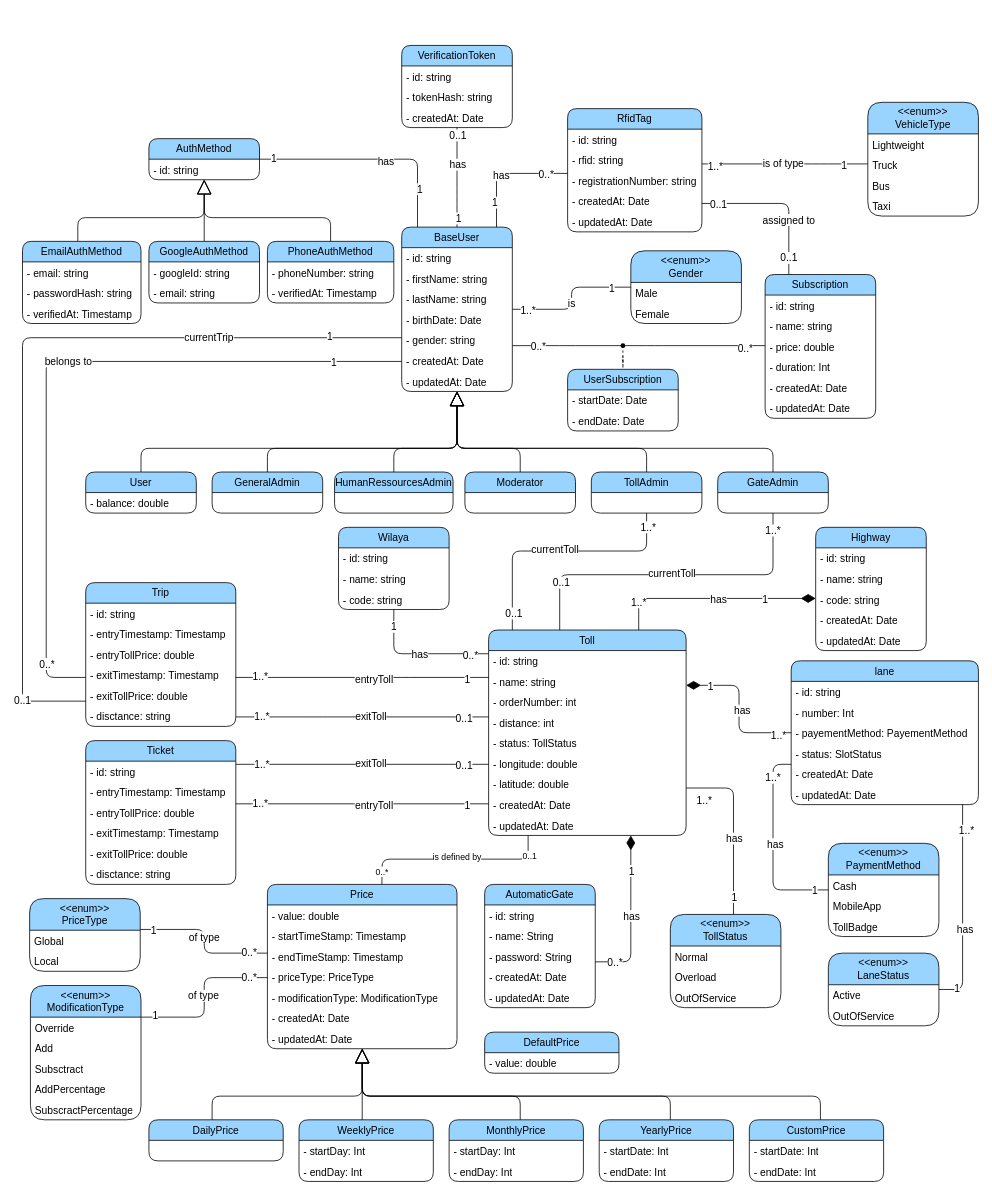
Earlier version of the draw.io diagram diagrams/class-diagram.drawio (devlotfi/peage-pay). Source tidied: cells renumbered, new cells numbered last; positions are measured from the earlier drawing's top-left corner, leaving out a move shared by most shapes. Both pictures are drawn from the tidied source at 79%, with x=0, y=0 at pixel (22, 45).
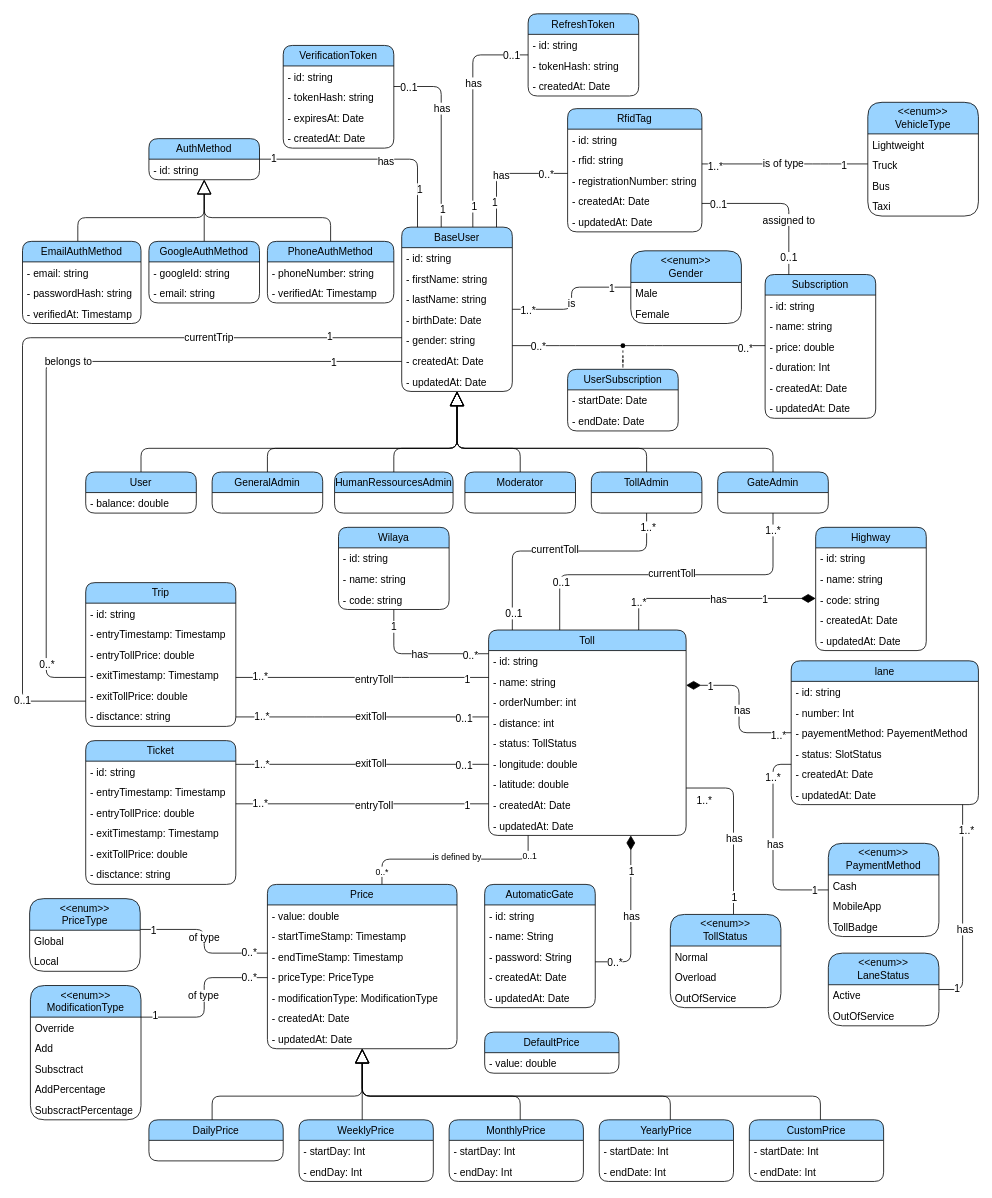
The same diagram, later.

The change refers to these unchanged cells:
```xml
<mxCell id="38" value="BaseUser" style="swimlane;fontStyle=0;horizontal=1;startSize=26;fillColor=#99D3FF;whiteSpace=wrap;html=1;fontFamily=Helvetica;fontSize=13;fontColor=default;fillStyle=auto;rounded=1;glass=0;shadow=0;swimlaneFillColor=none;gradientColor=none;" parent="1" vertex="1">
  <mxGeometry x="480" y="230" width="140" height="208" as="geometry" />
</mxCell>
```

Change to the diagram source:
```diff
@@
     <mxCell id="255" style="edgeStyle=orthogonalEdgeStyle;rounded=1;jettySize=auto;html=1;strokeColor=default;align=center;verticalAlign=middle;fontFamily=Helvetica;fontSize=13;fontColor=default;labelBackgroundColor=default;endArrow=none;endFill=0;endSize=24;" parent="1" edge="1" source="259" target="38">
       <mxGeometry relative="1" as="geometry">
         <Array as="points">
-          <mxPoint x="550" y="190" />
-          <mxPoint x="550" y="190" />
+          <mxPoint x="530" y="52" />
         </Array>
       </mxGeometry>
     </mxCell>
@@
     <mxCell id="259" value="VerificationToken" style="swimlane;fontStyle=0;horizontal=1;startSize=26;fillColor=#99D3FF;whiteSpace=wrap;html=1;fontFamily=Helvetica;fontSize=13;fontColor=default;fillStyle=auto;rounded=1;glass=0;shadow=0;swimlaneFillColor=none;gradientColor=none;" parent="1" vertex="1">
-      <mxGeometry x="480" width="140" height="104" as="geometry" />
+      <mxGeometry x="330" width="140" height="130" as="geometry" />
     </mxCell>
@@
-    <mxCell id="262" value="- createdAt: Date" style="text;strokeColor=none;fillColor=none;align=left;verticalAlign=top;spacingLeft=4;spacingRight=4;overflow=hidden;whiteSpace=wrap;html=1;fontSize=13;fontFamily=Helvetica;fontColor=default;" parent="259" vertex="1">
+    <mxCell id="262" value="- expiresAt: Date" style="text;strokeColor=none;fillColor=none;align=left;verticalAlign=top;spacingLeft=4;spacingRight=4;overflow=hidden;whiteSpace=wrap;html=1;fontSize=13;fontFamily=Helvetica;fontColor=default;" parent="259" vertex="1">
       <mxGeometry y="78" width="140" height="26" as="geometry" />
     </mxCell>
+    <mxCell id="263" value="- createdAt: Date" style="text;strokeColor=none;fillColor=none;align=left;verticalAlign=top;spacingLeft=4;spacingRight=4;overflow=hidden;whiteSpace=wrap;html=1;fontSize=13;fontFamily=Helvetica;fontColor=default;" parent="259" vertex="1">
+      <mxGeometry y="104" width="140" height="26" as="geometry" />
+    </mxCell>
+    <mxCell id="264" value="RefreshToken" style="swimlane;fontStyle=0;horizontal=1;startSize=26;fillColor=#99D3FF;whiteSpace=wrap;html=1;fontFamily=Helvetica;fontSize=13;fontColor=default;fillStyle=auto;rounded=1;glass=0;shadow=0;swimlaneFillColor=none;gradientColor=none;" parent="1" vertex="1">
+      <mxGeometry x="640" y="-40" width="140" height="104" as="geometry" />
+    </mxCell>
+    <mxCell id="265" value="- id: string" style="text;strokeColor=none;fillColor=none;align=left;verticalAlign=top;spacingLeft=4;spacingRight=4;overflow=hidden;whiteSpace=wrap;html=1;fontSize=13;fontFamily=Helvetica;fontColor=default;" parent="264" vertex="1">
+      <mxGeometry y="26" width="140" height="26" as="geometry" />
+    </mxCell>
+    <mxCell id="266" value="- tokenHash: string" style="text;strokeColor=none;fillColor=none;align=left;verticalAlign=top;spacingLeft=4;spacingRight=4;overflow=hidden;whiteSpace=wrap;html=1;fontSize=13;fontFamily=Helvetica;fontColor=default;" parent="264" vertex="1">
+      <mxGeometry y="52" width="140" height="26" as="geometry" />
+    </mxCell>
+    <mxCell id="267" value="- createdAt: Date" style="text;strokeColor=none;fillColor=none;align=left;verticalAlign=top;spacingLeft=4;spacingRight=4;overflow=hidden;whiteSpace=wrap;html=1;fontSize=13;fontFamily=Helvetica;fontColor=default;" parent="264" vertex="1">
+      <mxGeometry y="78" width="140" height="26" as="geometry" />
+    </mxCell>
+    <mxCell id="268" style="edgeStyle=orthogonalEdgeStyle;rounded=1;jettySize=auto;html=1;strokeColor=default;align=center;verticalAlign=middle;fontFamily=Helvetica;fontSize=13;fontColor=default;labelBackgroundColor=default;endArrow=none;endFill=0;endSize=24;" parent="1" edge="1" source="264" target="38">
+      <mxGeometry relative="1" as="geometry">
+        <Array as="points">
+          <mxPoint x="570" y="12" />
+        </Array>
+      </mxGeometry>
+    </mxCell>
+    <mxCell id="269" value="has" style="edgeLabel;html=1;align=center;verticalAlign=middle;fontFamily=Helvetica;fontSize=13;fontColor=default;labelBackgroundColor=default;" parent="268" vertex="1">
+      <mxGeometry x="-0.27" relative="1" as="geometry" />
+    </mxCell>
+    <mxCell id="270" value="0..1" style="edgeLabel;html=1;align=center;verticalAlign=middle;fontFamily=Helvetica;fontSize=13;fontColor=default;labelBackgroundColor=default;" parent="268" vertex="1">
+      <mxGeometry x="-0.85" relative="1" as="geometry" />
+    </mxCell>
+    <mxCell id="271" value="1" style="edgeLabel;html=1;align=center;verticalAlign=middle;fontFamily=Helvetica;fontSize=13;fontColor=default;labelBackgroundColor=default;" parent="268" vertex="1">
+      <mxGeometry x="0.81" y="1" relative="1" as="geometry" />
+    </mxCell>
```
